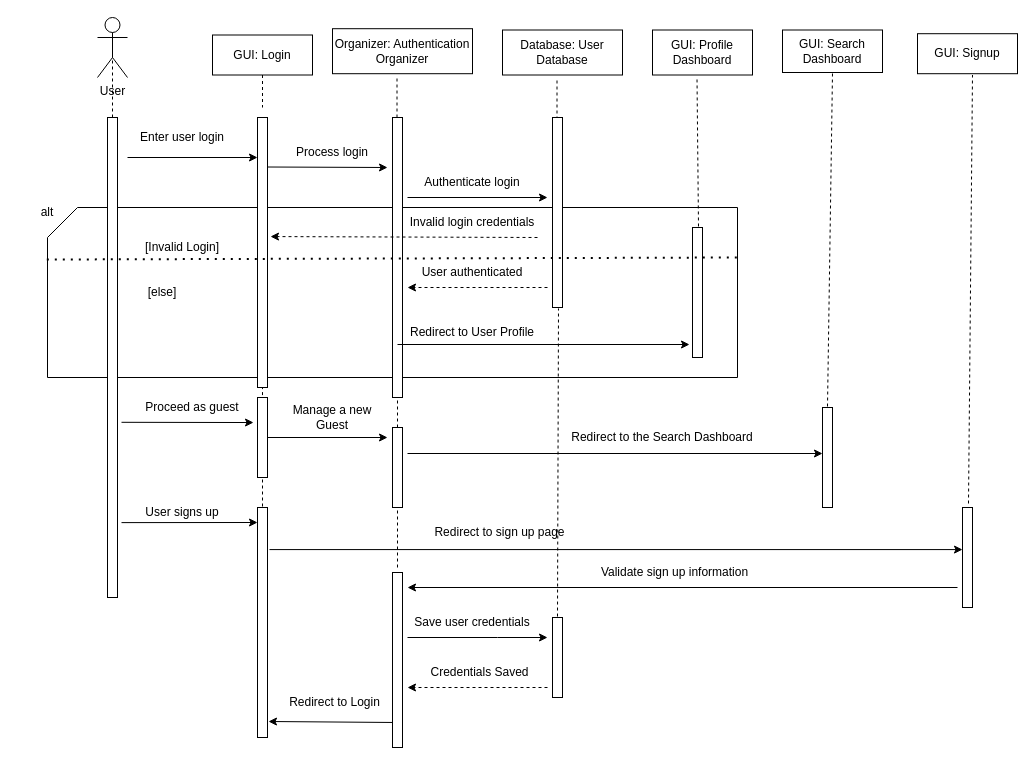
markomijovic/Agent-System-Matchmaking keeps this draw.io diagram as page "User Network" (1 of 4) of Design Documentation/Sequence Diagrams/Sequence Diagram - Social Network.drawio. Above is the earlier version. Source tidied: cells renumbered, new cells numbered last; positions are measured from the earlier drawing's top-left corner, leaving out a move shared by most shapes. Both pictures are drawn from the tidied source at 100%, with x=0, y=0 at pixel (17, 17).
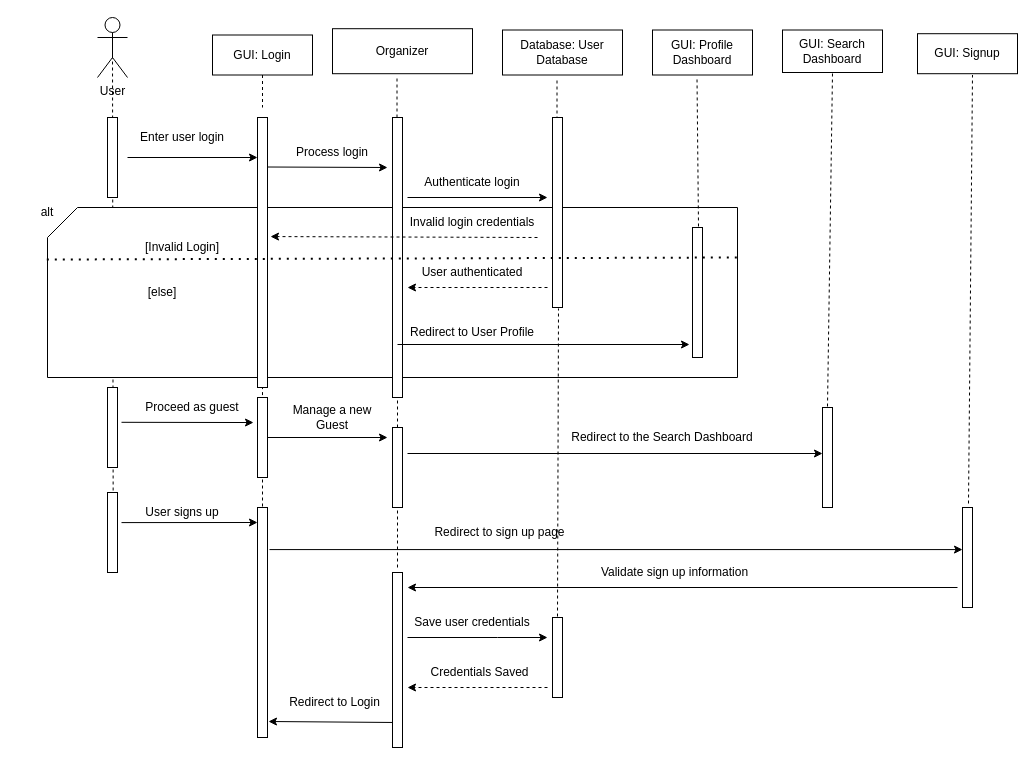
Above is the later version.

The change refers to these unchanged cells:
```xml
<mxCell id="10" value="User" style="shape=umlActor;verticalLabelPosition=bottom;verticalAlign=top;html=1;outlineConnect=0;" parent="1" vertex="1">
  <mxGeometry x="80" width="30" height="60" as="geometry" />
</mxCell>
<mxCell id="62" style="html=1;points=[];perimeter=orthogonalPerimeter;" parent="1" vertex="1">
  <mxGeometry x="240" y="380" width="10" height="80" as="geometry" />
</mxCell>
```

Diff of the diagram source:
```diff
@@
+    <mxCell id="4" style="endArrow=none;dashed=1;html=1;rounded=0;entryX=0.5;entryY=0.5;entryDx=0;entryDy=0;entryPerimeter=0;exitX=0.565;exitY=-0.025;exitDx=0;exitDy=0;exitPerimeter=0;" parent="1" edge="1" source="70" target="10">
+      <mxGeometry relative="1" as="geometry" />
+    </mxCell>
@@
-    <mxCell id="4" style="endArrow=none;dashed=1;html=1;rounded=0;entryX=0.5;entryY=0.5;entryDx=0;entryDy=0;entryPerimeter=0;" parent="1" edge="1" target="10">
-      <mxGeometry relative="1" as="geometry">
-        <mxPoint x="95" y="100" as="sourcePoint" />
-      </mxGeometry>
-    </mxCell>
@@
-    <mxCell id="7" value="Organizer: Authentication Organizer" style="rounded=0;whiteSpace=wrap;html=1;" parent="1" vertex="1">
+    <mxCell id="7" value="Organizer" style="rounded=0;whiteSpace=wrap;html=1;" parent="1" vertex="1">
       <mxGeometry x="315" y="11.2" width="140" height="45" as="geometry" />
     </mxCell>
@@
-    <mxCell id="11" style="rounded=0;whiteSpace=wrap;html=1;" parent="1" vertex="1">
-      <mxGeometry x="90" y="100" width="10" height="480" as="geometry" />
-    </mxCell>
@@
-    <mxCell id="36" style="endArrow=classic;html=1;rounded=0;exitX=1.4;exitY=0.635;exitDx=0;exitDy=0;exitPerimeter=0;entryX=-0.4;entryY=0.313;entryDx=0;entryDy=0;entryPerimeter=0;" parent="1" edge="1" source="11" target="62">
-      <mxGeometry relative="1" as="geometry" />
+    <mxCell id="36" style="endArrow=classic;html=1;rounded=0;exitX=1.4;exitY=0.635;exitDx=0;exitDy=0;exitPerimeter=0;entryX=-0.4;entryY=0.313;entryDx=0;entryDy=0;entryPerimeter=0;" parent="1" edge="1" target="62">
+      <mxGeometry relative="1" as="geometry">
+        <mxPoint x="104" y="404.8" as="sourcePoint" />
+      </mxGeometry>
     </mxCell>
@@
-    <mxCell id="46" style="endArrow=classic;html=1;rounded=0;exitX=1.4;exitY=0.844;exitDx=0;exitDy=0;exitPerimeter=0;" parent="1" edge="1" source="11">
+    <mxCell id="46" style="endArrow=classic;html=1;rounded=0;exitX=1.4;exitY=0.844;exitDx=0;exitDy=0;exitPerimeter=0;" parent="1" edge="1">
       <mxGeometry relative="1" as="geometry">
+        <mxPoint x="104" y="505.1" as="sourcePoint" />
         <mxPoint x="240" y="505" as="targetPoint" />
       </mxGeometry>
     </mxCell>
@@
+    <mxCell id="68" style="html=1;perimeter=orthogonalPerimeter;" parent="1" vertex="1">
+      <mxGeometry x="90" y="100" width="10" height="80" as="geometry" />
+    </mxCell>
+    <mxCell id="69" style="html=1;perimeter=orthogonalPerimeter;" parent="1" vertex="1">
+      <mxGeometry x="90" y="370" width="10" height="80" as="geometry" />
+    </mxCell>
+    <mxCell id="70" style="html=1;points=[];perimeter=orthogonalPerimeter;" parent="1" vertex="1">
+      <mxGeometry x="90" y="475" width="10" height="80" as="geometry" />
+    </mxCell>
```
